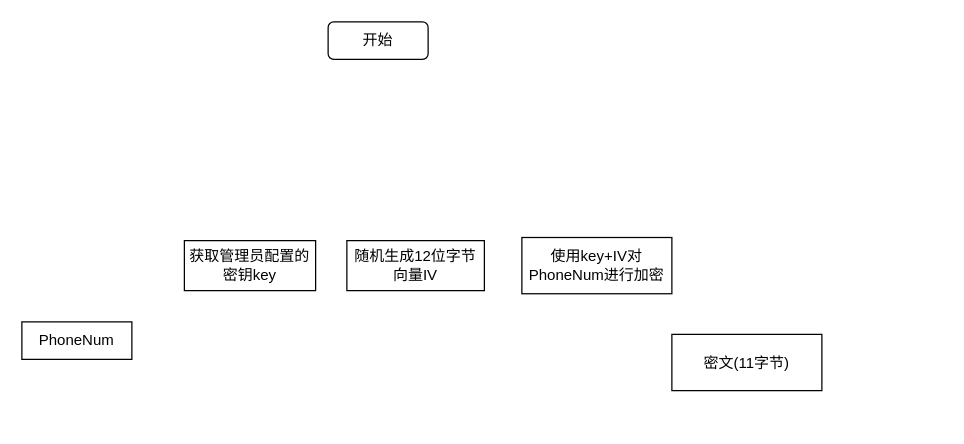
Earlier version of the draw.io diagram DrawIO_file/流程图/AES加密流程图.drawio (DingDongZz/typera_PicGO). Source tidied: cells renumbered, new cells numbered last; positions are measured from the earlier drawing's top-left corner, leaving out a move shared by most shapes. Both pictures are drawn from the tidied source at 125%, with x=0, y=0 at pixel (21, 21).
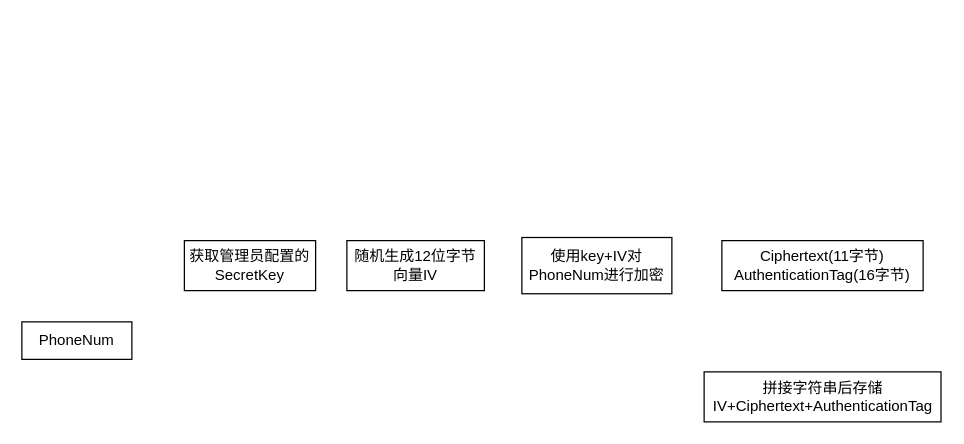
The same diagram, later.

Commit message (it also covers changes not shown here):
更新AES加密流程图.drawio

What changed in the source:
```diff
@@
 <mxGraphModel>
   <root>
     <mxCell id="0" />
     <mxCell id="1" parent="0" />
-    <mxCell id="2" value="开始" style="rounded=1;whiteSpace=wrap;html=1;" parent="1" vertex="1">
-      <mxGeometry x="245" width="80" height="30" as="geometry" />
-    </mxCell>
     <mxCell id="3" value="PhoneNum" style="rounded=0;whiteSpace=wrap;html=1;" parent="1" vertex="1">
       <mxGeometry y="240" width="88" height="30" as="geometry" />
     </mxCell>
-    <mxCell id="4" value="获取管理员配置的密钥key" style="rounded=0;whiteSpace=wrap;html=1;" parent="1" vertex="1">
+    <mxCell id="4" value="获取管理员配置的SecretKey" style="rounded=0;whiteSpace=wrap;html=1;" parent="1" vertex="1">
       <mxGeometry x="130" y="175" width="105" height="40" as="geometry" />
     </mxCell>
     <mxCell id="5" value="随机生成12位字节向量IV" style="rounded=0;whiteSpace=wrap;html=1;" parent="1" vertex="1">
       <mxGeometry x="260" y="175" width="110" height="40" as="geometry" />
     </mxCell>
     <mxCell id="6" value="使用key+IV对PhoneNum进行加密" style="rounded=0;whiteSpace=wrap;html=1;" parent="1" vertex="1">
       <mxGeometry x="400" y="172.5" width="120" height="45" as="geometry" />
     </mxCell>
-    <mxCell id="7" value="密文(11字节)" style="rounded=0;whiteSpace=wrap;html=1;" parent="1" vertex="1">
-      <mxGeometry x="520" y="250" width="120" height="45" as="geometry" />
+    <mxCell id="7" value="Ciphertext(11字节)&lt;br&gt;AuthenticationTag(16字节)" style="rounded=0;whiteSpace=wrap;html=1;" parent="1" vertex="1">
+      <mxGeometry x="560" y="175" width="161" height="40" as="geometry" />
     </mxCell>
+    <mxCell id="8" value="拼接字符串后存储IV+Ciphertext+AuthenticationTag" style="rounded=0;whiteSpace=wrap;html=1;" parent="1" vertex="1">
+      <mxGeometry x="545.8" y="280" width="189.5" height="40" as="geometry" />
+    </mxCell>
   </root>
 </mxGraphModel>
```
